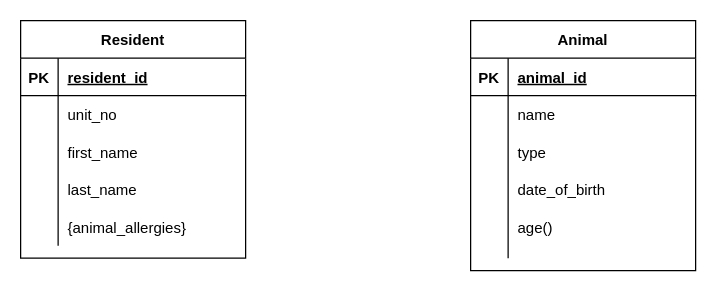
Earlier version of the draw.io diagram Untitled Diagram.drawio (mooskiiiie/Entity-Relationship-Diagram). Source tidied: cells renumbered, new cells numbered last; positions are measured from the earlier drawing's top-left corner, leaving out a move shared by most shapes. Both pictures are drawn from the tidied source at 125%, with x=0, y=0 at pixel (20, 20).
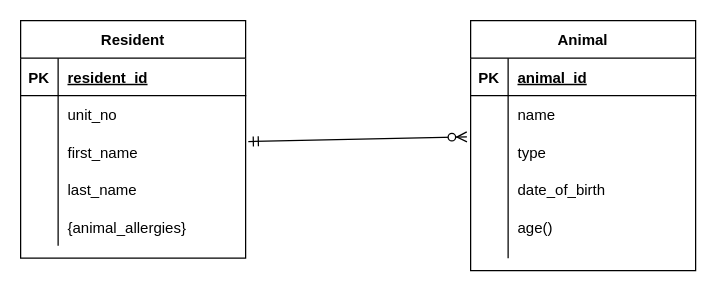
Above is the later version.

Unchanged cells that the change refers to:
```xml
<mxCell id="10" style="shape=partialRectangle;fillColor=none;top=0;left=0;bottom=0;right=0;points=[[0,0.5],[1,0.5]];portConstraint=eastwest;" parent="3" vertex="1">
  <mxGeometry y="90" width="180" height="30" as="geometry" />
</mxCell>
```

What changed in the source:
```diff
@@
+    <mxCell id="34" style="endArrow=ERzeroToMany;html=1;exitX=1.012;exitY=0.225;exitDx=0;exitDy=0;exitPerimeter=0;endFill=1;startArrow=ERmandOne;startFill=0;" parent="1" edge="1" source="10">
+      <mxGeometry relative="1" as="geometry">
+        <mxPoint x="357" y="93" as="targetPoint" />
+      </mxGeometry>
+    </mxCell>
```
